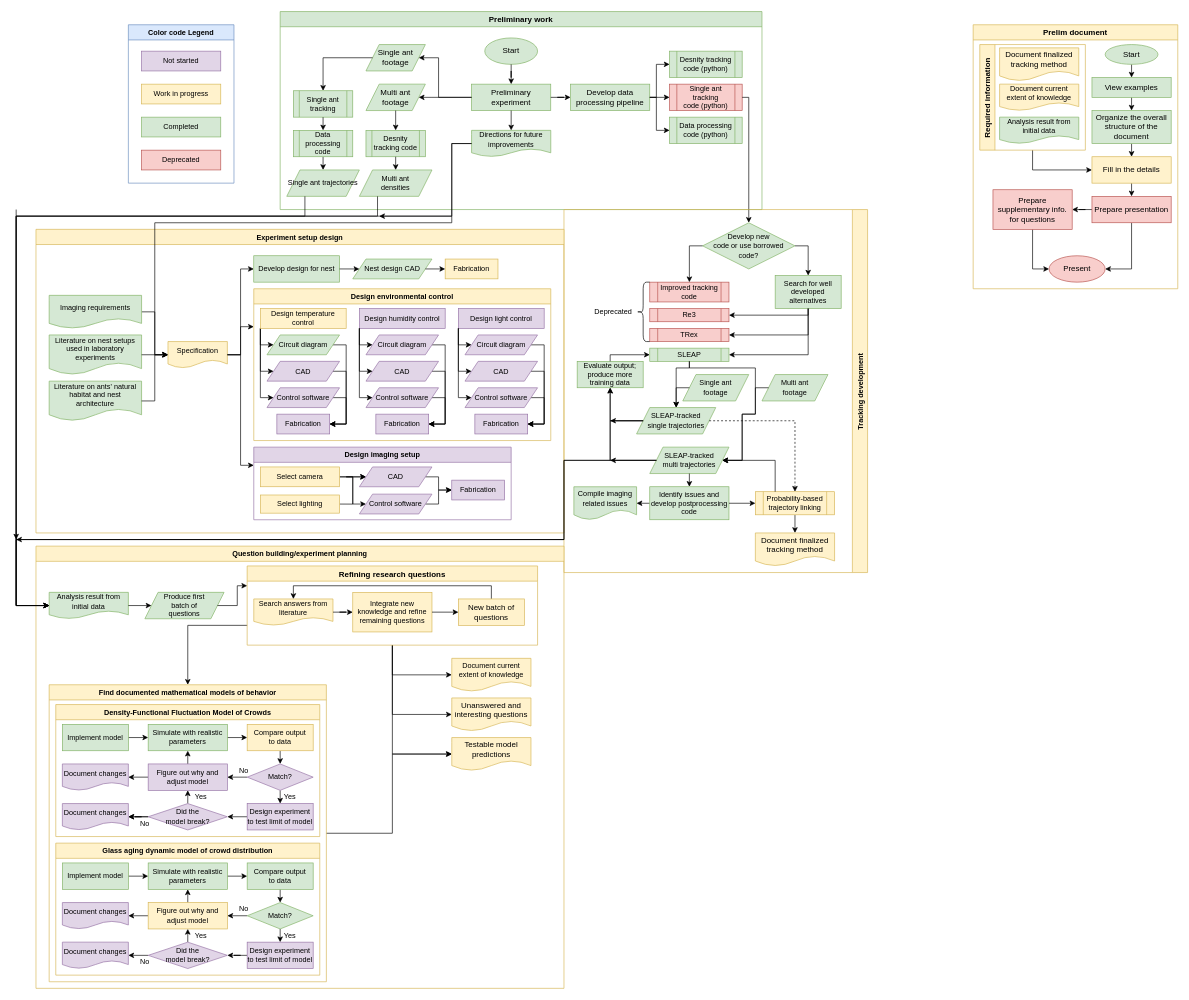
Before: research/Progress.drawio in MangledPotat0/diagramsRoot, a draw.io diagram. Source tidied: cells renumbered, new cells numbered last; positions are measured from the earlier drawing's top-left corner, leaving out a move shared by most shapes. Both pictures are drawn from the tidied source at 66%, with x=0, y=0 at pixel (16, 11).
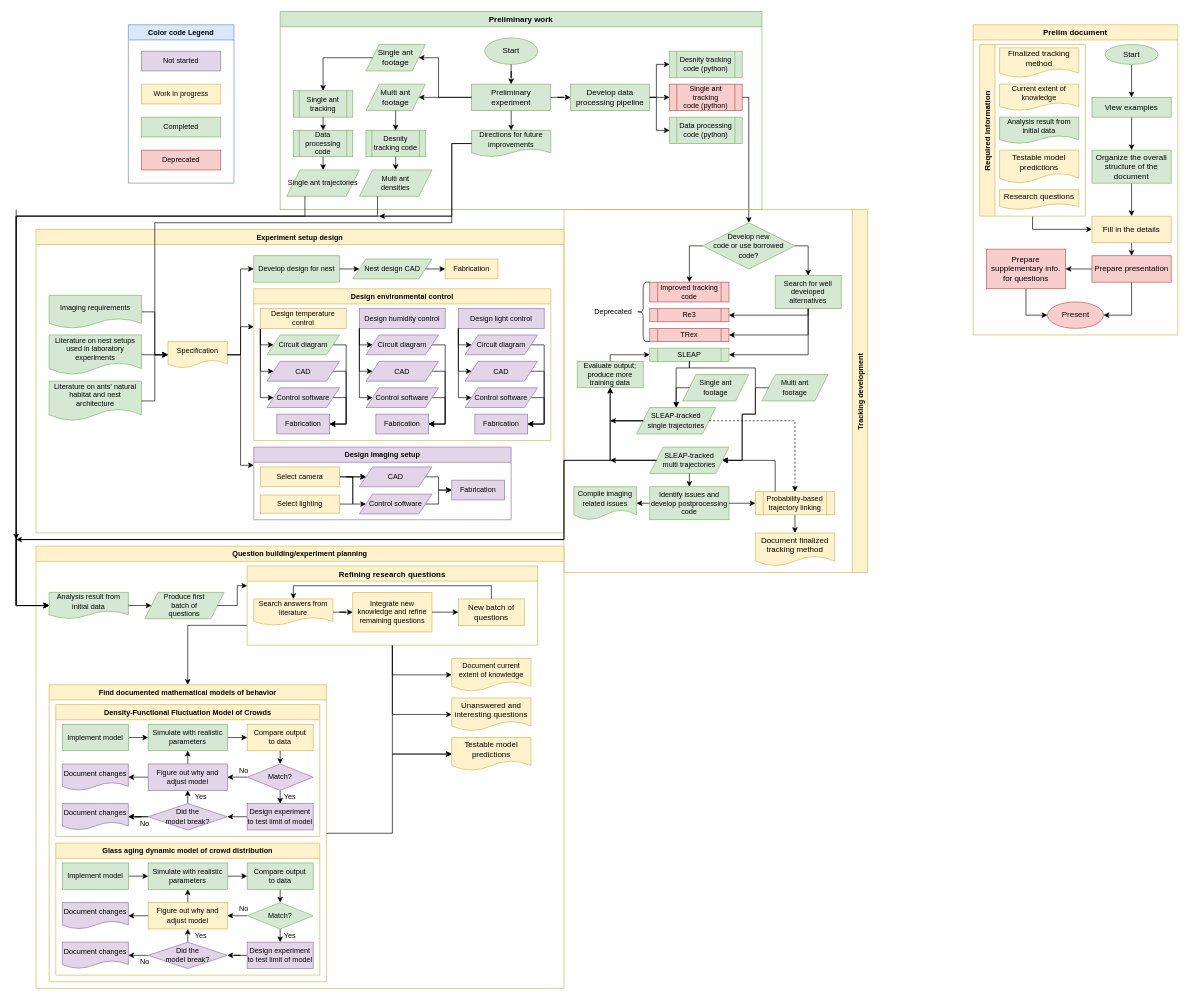
Above is the later version.

Commit message:
Reorganized prelim document plan

Change to the diagram source:
```diff
@@
     <mxCell id="215" value="Prelim document" style="swimlane;fillColor=#fff2cc;strokeColor=#d6b656;" parent="1" vertex="1">
-      <mxGeometry x="1450" y="20" width="310" height="400" as="geometry" />
+      <mxGeometry x="1450" y="20" width="310" height="470" as="geometry" />
     </mxCell>
@@
     <mxCell id="217" value="Required information" style="swimlane;horizontal=0;fillColor=#fff2cc;strokeColor=#d6b656;" parent="215" vertex="1">
-      <mxGeometry x="10" y="30" width="160" height="160" as="geometry" />
+      <mxGeometry x="10" y="30" width="160" height="260" as="geometry" />
     </mxCell>
-    <mxCell id="218" value="Document finalized tracking method" style="shape=document;whiteSpace=wrap;html=1;boundedLbl=1;fillColor=#fff2cc;strokeColor=#d6b656;" parent="217" vertex="1">
-      <mxGeometry x="30" y="5" width="120" height="50" as="geometry" />
+    <mxCell id="218" value="Finalized tracking method" style="shape=document;whiteSpace=wrap;html=1;boundedLbl=1;fillColor=#fff2cc;strokeColor=#d6b656;" parent="217" vertex="1">
+      <mxGeometry x="30" y="5" width="120" height="45" as="geometry" />
     </mxCell>
-    <mxCell id="219" value="Document current extent of knowledge" style="shape=document;whiteSpace=wrap;html=1;boundedLbl=1;fontSize=11;fillColor=#fff2cc;strokeColor=#d6b656;" parent="217" vertex="1">
+    <mxCell id="219" value="Current extent of knowledge" style="shape=document;whiteSpace=wrap;html=1;boundedLbl=1;fontSize=11;fillColor=#fff2cc;strokeColor=#d6b656;" parent="217" vertex="1">
       <mxGeometry x="30" y="60" width="120" height="40" as="geometry" />
     </mxCell>
@@
+    <mxCell id="235" value="Testable model predictions" style="shape=document;whiteSpace=wrap;html=1;boundedLbl=1;fillColor=#fff2cc;strokeColor=#d6b656;" parent="217" vertex="1">
+      <mxGeometry x="30" y="160" width="120" height="50" as="geometry" />
+    </mxCell>
+    <mxCell id="236" value="Research questions" style="shape=document;whiteSpace=wrap;html=1;boundedLbl=1;fillColor=#fff2cc;strokeColor=#d6b656;" parent="217" vertex="1">
+      <mxGeometry x="30" y="220" width="120" height="30" as="geometry" />
+    </mxCell>
@@
     <mxCell id="224" value="Organize the overall structure of the document" style="rounded=0;whiteSpace=wrap;html=1;fillColor=#d5e8d4;strokeColor=#82b366;" parent="215" vertex="1">
-      <mxGeometry x="180" y="130" width="120" height="50" as="geometry" />
+      <mxGeometry x="180" y="190" width="120" height="50" as="geometry" />
     </mxCell>
@@
     <mxCell id="226" value="View examples" style="rounded=0;whiteSpace=wrap;html=1;fillColor=#d5e8d4;strokeColor=#82b366;" parent="215" vertex="1">
-      <mxGeometry x="180" y="80" width="120" height="30" as="geometry" />
+      <mxGeometry x="180" y="110" width="120" height="30" as="geometry" />
     </mxCell>
@@
     <mxCell id="228" value="Fill in the details" style="rounded=0;whiteSpace=wrap;html=1;fillColor=#fff2cc;strokeColor=#d6b656;" parent="215" vertex="1">
-      <mxGeometry x="180" y="200" width="120" height="40" as="geometry" />
+      <mxGeometry x="180" y="290" width="120" height="40" as="geometry" />
     </mxCell>
@@
     <mxCell id="231" value="Prepare presentation" style="rounded=0;whiteSpace=wrap;html=1;fillColor=#f8cecc;strokeColor=#b85450;" parent="215" vertex="1">
-      <mxGeometry x="180" y="260" width="120" height="40" as="geometry" />
+      <mxGeometry x="180" y="350" width="120" height="40" as="geometry" />
     </mxCell>
@@
     <mxCell id="233" value="Prepare supplementary info. for questions" style="rounded=0;whiteSpace=wrap;html=1;fillColor=#f8cecc;strokeColor=#b85450;" parent="215" vertex="1">
-      <mxGeometry x="30" y="250" width="120" height="60" as="geometry" />
+      <mxGeometry x="20" y="340" width="120" height="60" as="geometry" />
     </mxCell>
     <mxCell id="234" value="Present" style="ellipse;whiteSpace=wrap;html=1;fillColor=#f8cecc;strokeColor=#b85450;" parent="215" vertex="1">
-      <mxGeometry x="115" y="350" width="85" height="40" as="geometry" />
+      <mxGeometry x="112.5" y="420" width="85" height="40" as="geometry" />
     </mxCell>
```
